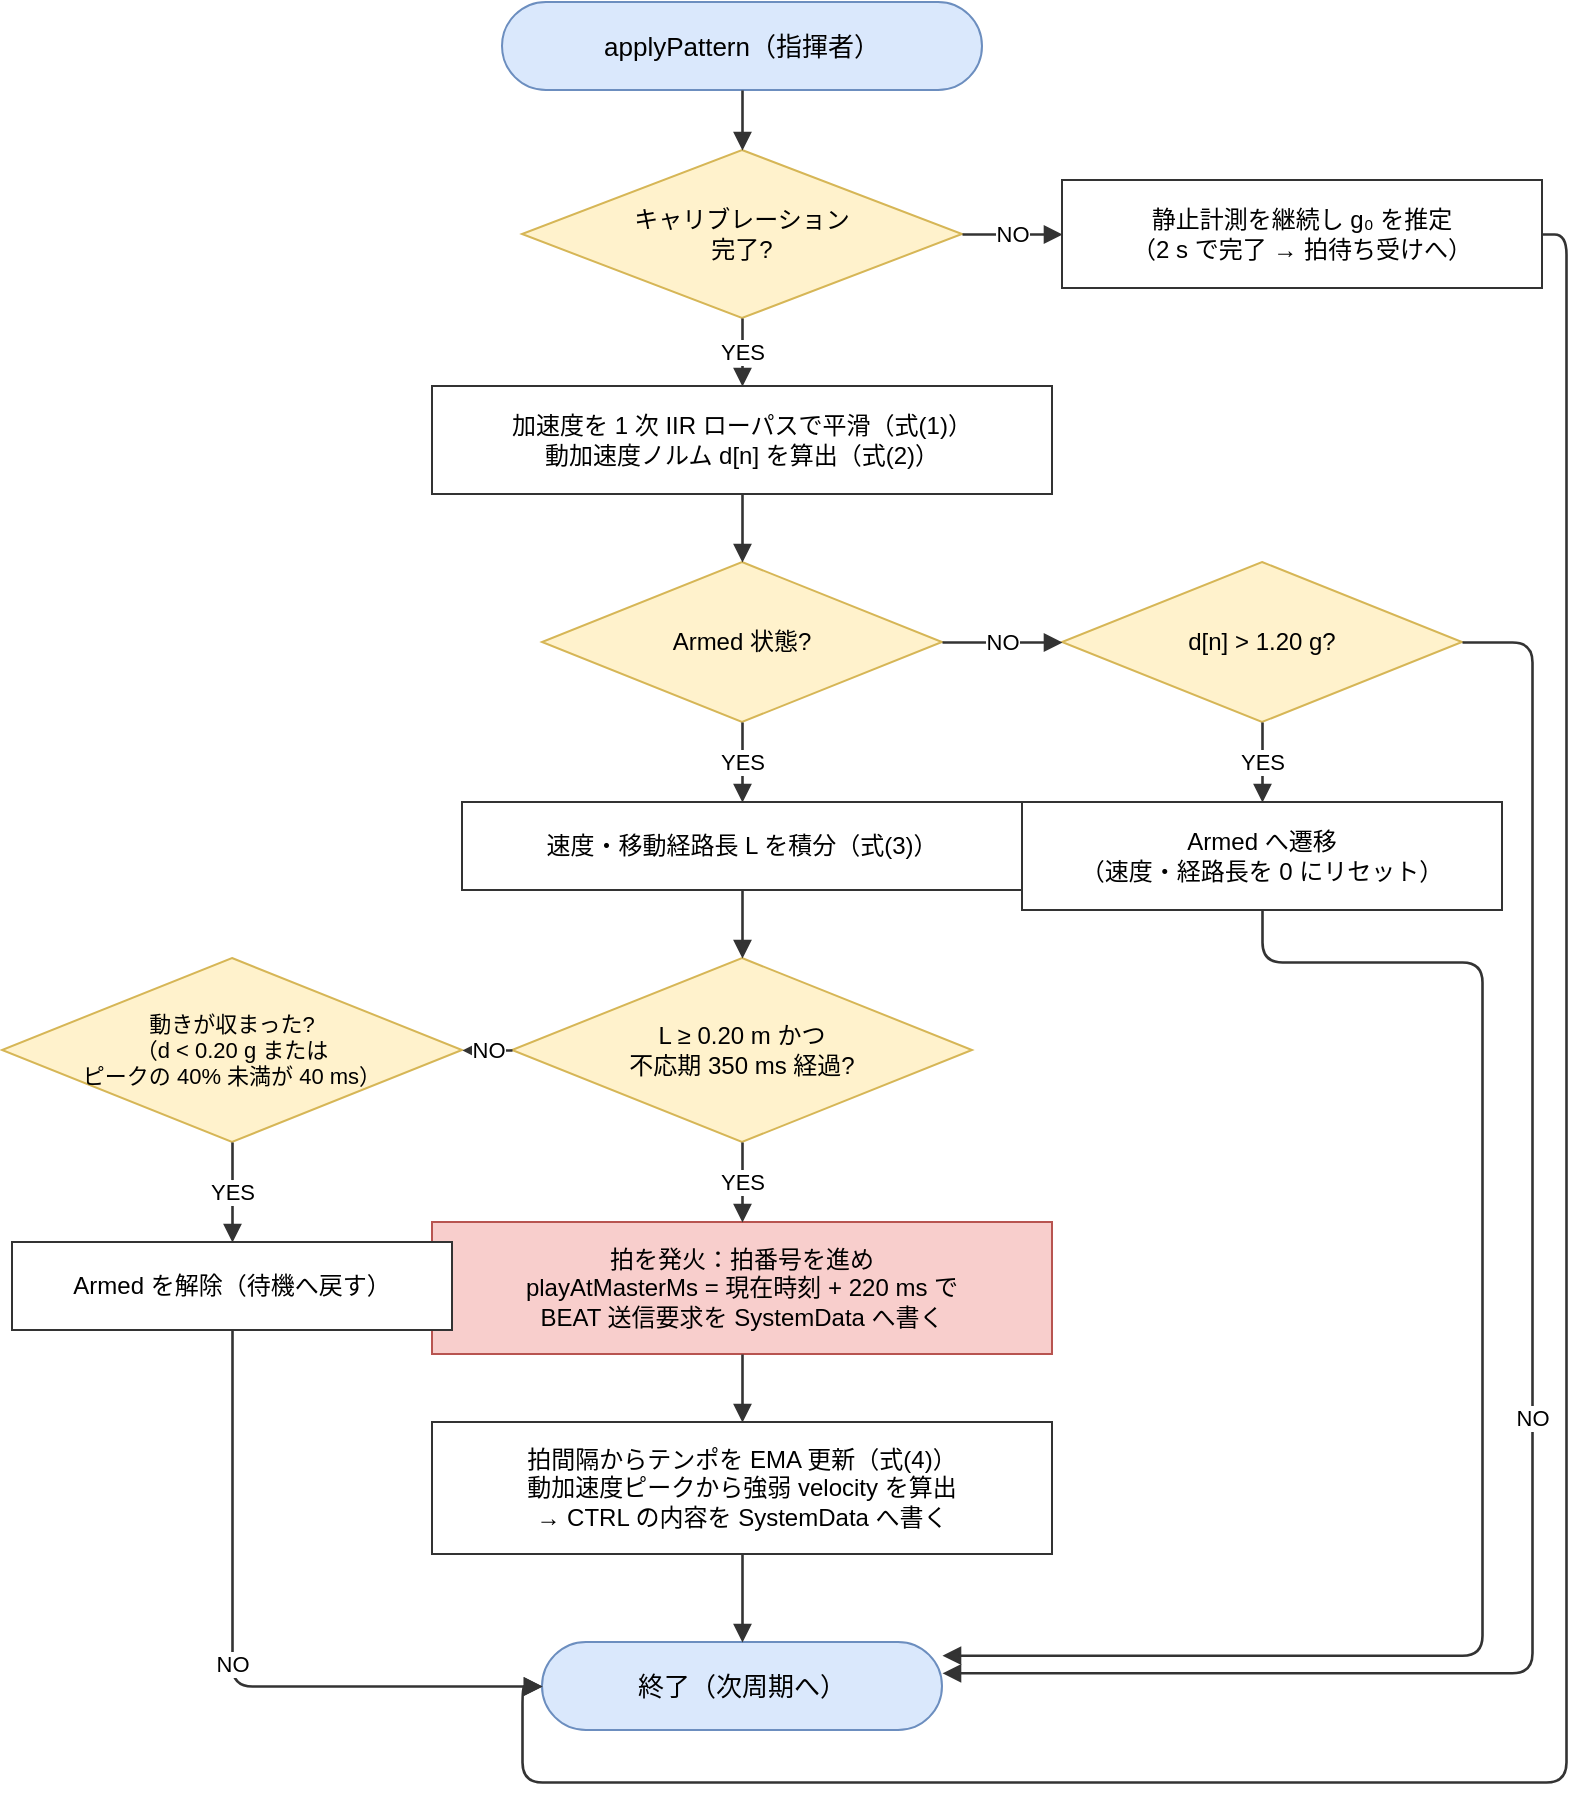
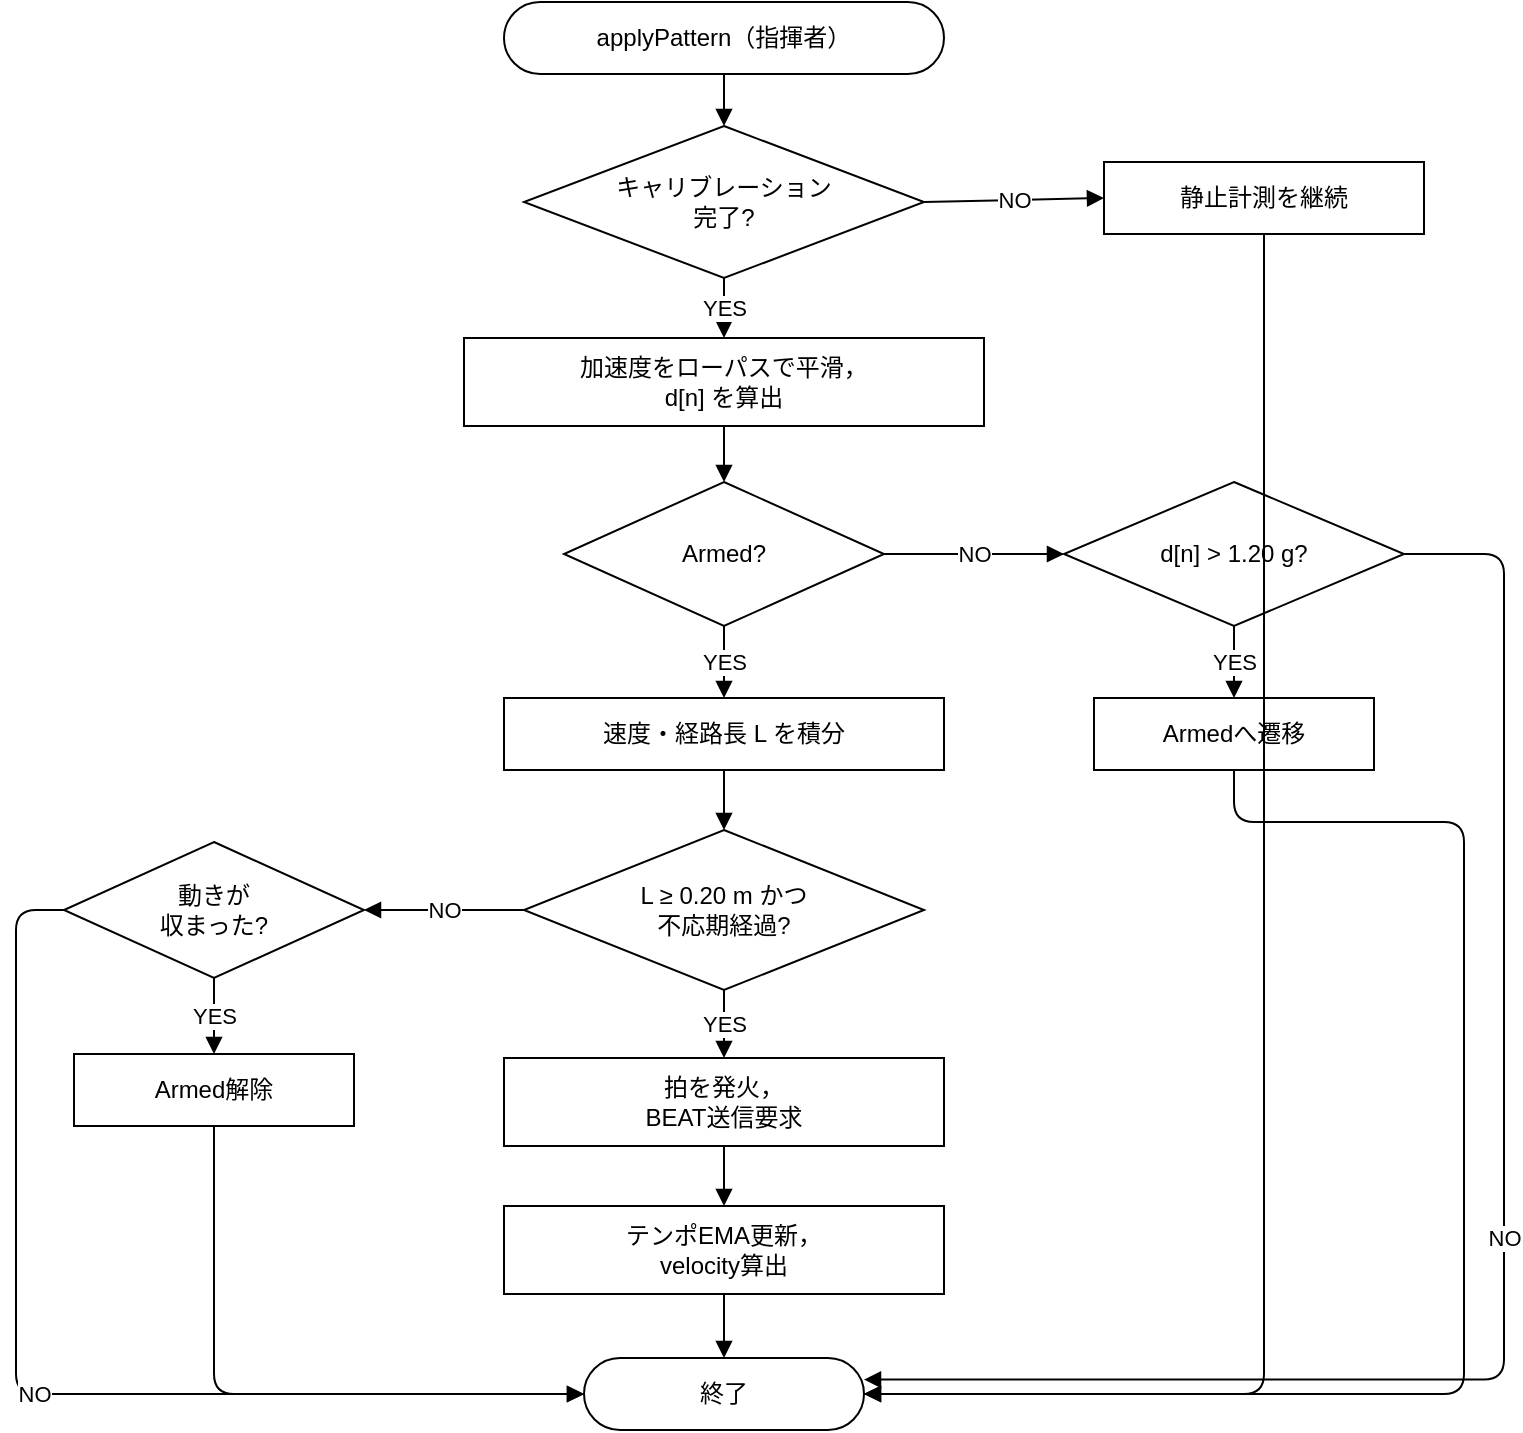
<mxfile host="Claude">
  <diagram id="flow-conductor-beat" name="指揮者applyPattern">
-     <mxGraphModel dx="820" dy="1240" grid="0" gridSize="10" guides="1" tooltips="1" connect="1" arrows="1" fold="1" page="1" pageScale="1" pageWidth="820" pageHeight="1240" math="0" shadow="0">
+     <mxGraphModel dx="800" dy="760" grid="0" gridSize="10" guides="1" tooltips="1" connect="1" arrows="1" fold="1" page="1" pageScale="1" pageWidth="800" pageHeight="760" math="0" shadow="0">
      <root>
        <mxCell id="0"/>
        <mxCell id="1" parent="0"/>
-         <mxCell id="start" value="applyPattern（指揮者）" style="rounded=1;arcSize=50;whiteSpace=wrap;html=1;fillColor=#DAE8FC;strokeColor=#6C8EBF;fontSize=13;" vertex="1" parent="1"><mxGeometry x="280" y="30" width="240" height="44" as="geometry"/></mxCell>
-         <mxCell id="d0" value="キャリブレーション&lt;br&gt;完了?" style="rhombus;whiteSpace=wrap;html=1;fillColor=#FFF2CC;strokeColor=#D6B656;fontSize=12;" vertex="1" parent="1"><mxGeometry x="290" y="104" width="220" height="84" as="geometry"/></mxCell>
-         <mxCell id="p0" value="静止計測を継続し g₀ を推定&lt;br&gt;（2 s で完了 → 拍待ち受けへ）" style="rounded=0;whiteSpace=wrap;html=1;fillColor=#FFFFFF;strokeColor=#333333;fontSize=12;" vertex="1" parent="1"><mxGeometry x="560" y="119" width="240" height="54" as="geometry"/></mxCell>
-         <mxCell id="p1" value="加速度を 1 次 IIR ローパスで平滑（式(1)）&lt;br&gt;動加速度ノルム d[n] を算出（式(2)）" style="rounded=0;whiteSpace=wrap;html=1;fillColor=#FFFFFF;strokeColor=#333333;fontSize=12;" vertex="1" parent="1"><mxGeometry x="245" y="222" width="310" height="54" as="geometry"/></mxCell>
-         <mxCell id="d1" value="Armed 状態?" style="rhombus;whiteSpace=wrap;html=1;fillColor=#FFF2CC;strokeColor=#D6B656;fontSize=12;" vertex="1" parent="1"><mxGeometry x="300" y="310" width="200" height="80" as="geometry"/></mxCell>
-         <mxCell id="d2" value="d[n] &amp;gt; 1.20 g?" style="rhombus;whiteSpace=wrap;html=1;fillColor=#FFF2CC;strokeColor=#D6B656;fontSize=12;" vertex="1" parent="1"><mxGeometry x="560" y="310" width="200" height="80" as="geometry"/></mxCell>
-         <mxCell id="p2" value="Armed へ遷移&lt;br&gt;（速度・経路長を 0 にリセット）" style="rounded=0;whiteSpace=wrap;html=1;fillColor=#FFFFFF;strokeColor=#333333;fontSize=12;" vertex="1" parent="1"><mxGeometry x="540" y="430" width="240" height="54" as="geometry"/></mxCell>
-         <mxCell id="p3" value="速度・移動経路長 L を積分（式(3)）" style="rounded=0;whiteSpace=wrap;html=1;fillColor=#FFFFFF;strokeColor=#333333;fontSize=12;" vertex="1" parent="1"><mxGeometry x="260" y="430" width="280" height="44" as="geometry"/></mxCell>
-         <mxCell id="d3" value="L ≥ 0.20 m かつ&lt;br&gt;不応期 350 ms 経過?" style="rhombus;whiteSpace=wrap;html=1;fillColor=#FFF2CC;strokeColor=#D6B656;fontSize=12;" vertex="1" parent="1"><mxGeometry x="285" y="508" width="230" height="92" as="geometry"/></mxCell>
-         <mxCell id="p4" value="拍を発火：拍番号を進め&lt;br&gt;playAtMasterMs = 現在時刻 + 220 ms で&lt;br&gt;BEAT 送信要求を SystemData へ書く" style="rounded=0;whiteSpace=wrap;html=1;fillColor=#F8CECC;strokeColor=#B85450;fontSize=12;" vertex="1" parent="1"><mxGeometry x="245" y="640" width="310" height="66" as="geometry"/></mxCell>
-         <mxCell id="p5" value="拍間隔からテンポを EMA 更新（式(4)）&lt;br&gt;動加速度ピークから強弱 velocity を算出&lt;br&gt;→ CTRL の内容を SystemData へ書く" style="rounded=0;whiteSpace=wrap;html=1;fillColor=#FFFFFF;strokeColor=#333333;fontSize=12;" vertex="1" parent="1"><mxGeometry x="245" y="740" width="310" height="66" as="geometry"/></mxCell>
-         <mxCell id="d4" value="動きが収まった?&lt;br&gt;（d &amp;lt; 0.20 g または&lt;br&gt;ピークの 40% 未満が 40 ms）" style="rhombus;whiteSpace=wrap;html=1;fillColor=#FFF2CC;strokeColor=#D6B656;fontSize=11;" vertex="1" parent="1"><mxGeometry x="30" y="508" width="230" height="92" as="geometry"/></mxCell>
-         <mxCell id="p6" value="Armed を解除（待機へ戻す）" style="rounded=0;whiteSpace=wrap;html=1;fillColor=#FFFFFF;strokeColor=#333333;fontSize=12;" vertex="1" parent="1"><mxGeometry x="35" y="650" width="220" height="44" as="geometry"/></mxCell>
-         <mxCell id="end" value="終了（次周期へ）" style="rounded=1;arcSize=50;whiteSpace=wrap;html=1;fillColor=#DAE8FC;strokeColor=#6C8EBF;fontSize=13;" vertex="1" parent="1"><mxGeometry x="300" y="850" width="200" height="44" as="geometry"/></mxCell>
-         <mxCell id="f1" style="endArrow=block;html=1;strokeColor=#333333;strokeWidth=1.3;exitX=0.5;exitY=1;entryX=0.5;entryY=0;" edge="1" parent="1" source="start" target="d0"><mxGeometry relative="1" as="geometry"/></mxCell>
-         <mxCell id="f2" value="NO" style="endArrow=block;html=1;strokeColor=#333333;strokeWidth=1.3;fontSize=11;exitX=1;exitY=0.5;entryX=0;entryY=0.5;" edge="1" parent="1" source="d0" target="p0"><mxGeometry relative="1" as="geometry"/></mxCell>
-         <mxCell id="f3" value="YES" style="endArrow=block;html=1;strokeColor=#333333;strokeWidth=1.3;fontSize=11;exitX=0.5;exitY=1;entryX=0.5;entryY=0;" edge="1" parent="1" source="d0" target="p1"><mxGeometry relative="1" as="geometry"/></mxCell>
-         <mxCell id="f4" style="endArrow=block;html=1;strokeColor=#333333;strokeWidth=1.3;exitX=0.5;exitY=1;entryX=0.5;entryY=0;" edge="1" parent="1" source="p1" target="d1"><mxGeometry relative="1" as="geometry"/></mxCell>
-         <mxCell id="f5" value="NO" style="endArrow=block;html=1;strokeColor=#333333;strokeWidth=1.3;fontSize=11;exitX=1;exitY=0.5;entryX=0;entryY=0.5;" edge="1" parent="1" source="d1" target="d2"><mxGeometry relative="1" as="geometry"/></mxCell>
-         <mxCell id="f6" value="YES" style="endArrow=block;html=1;strokeColor=#333333;strokeWidth=1.3;fontSize=11;exitX=0.5;exitY=1;entryX=0.5;entryY=0;" edge="1" parent="1" source="d1" target="p3"><mxGeometry relative="1" as="geometry"/></mxCell>
-         <mxCell id="f7" value="YES" style="endArrow=block;html=1;strokeColor=#333333;strokeWidth=1.3;fontSize=11;exitX=0.5;exitY=1;entryX=0.5;entryY=0;" edge="1" parent="1" source="d2" target="p2"><mxGeometry relative="1" as="geometry"/></mxCell>
-         <mxCell id="f8" value="NO" style="endArrow=block;html=1;strokeColor=#333333;strokeWidth=1.3;fontSize=11;exitX=1;exitY=0.5;entryX=1;entryY=0.35;curved=0;edgeStyle=orthogonalEdgeStyle;" edge="1" parent="1" source="d2" target="end"><mxGeometry relative="1" as="geometry"><Array as="points"><mxPoint x="795" y="350"/><mxPoint x="795" y="865"/></Array></mxGeometry></mxCell>
-         <mxCell id="f9" style="endArrow=block;html=1;strokeColor=#333333;strokeWidth=1.3;exitX=0.5;exitY=1;entryX=1;entryY=0.15;curved=0;edgeStyle=orthogonalEdgeStyle;" edge="1" parent="1" source="p2" target="end"><mxGeometry relative="1" as="geometry"><Array as="points"><mxPoint x="660" y="510"/><mxPoint x="770" y="510"/><mxPoint x="770" y="857"/></Array></mxGeometry></mxCell>
-         <mxCell id="f10" style="endArrow=block;html=1;strokeColor=#333333;strokeWidth=1.3;exitX=0.5;exitY=1;entryX=0.5;entryY=0;" edge="1" parent="1" source="p3" target="d3"><mxGeometry relative="1" as="geometry"/></mxCell>
-         <mxCell id="f11" value="YES" style="endArrow=block;html=1;strokeColor=#333333;strokeWidth=1.3;fontSize=11;exitX=0.5;exitY=1;entryX=0.5;entryY=0;" edge="1" parent="1" source="d3" target="p4"><mxGeometry relative="1" as="geometry"/></mxCell>
-         <mxCell id="f12" value="NO" style="endArrow=block;html=1;strokeColor=#333333;strokeWidth=1.3;fontSize=11;exitX=0;exitY=0.5;entryX=1;entryY=0.5;" edge="1" parent="1" source="d3" target="d4"><mxGeometry relative="1" as="geometry"/></mxCell>
-         <mxCell id="f13" style="endArrow=block;html=1;strokeColor=#333333;strokeWidth=1.3;exitX=0.5;exitY=1;entryX=0.5;entryY=0;" edge="1" parent="1" source="p4" target="p5"><mxGeometry relative="1" as="geometry"/></mxCell>
-         <mxCell id="f14" style="endArrow=block;html=1;strokeColor=#333333;strokeWidth=1.3;exitX=0.5;exitY=1;entryX=0.5;entryY=0;" edge="1" parent="1" source="p5" target="end"><mxGeometry relative="1" as="geometry"/></mxCell>
-         <mxCell id="f15" value="YES" style="endArrow=block;html=1;strokeColor=#333333;strokeWidth=1.3;fontSize=11;exitX=0.5;exitY=1;entryX=0.5;entryY=0;" edge="1" parent="1" source="d4" target="p6"><mxGeometry relative="1" as="geometry"/></mxCell>
-         <mxCell id="f16" value="NO" style="endArrow=block;html=1;strokeColor=#333333;strokeWidth=1.3;fontSize=11;exitX=0.5;exitY=1;entryX=0;entryY=0.5;curved=0;edgeStyle=orthogonalEdgeStyle;" edge="1" parent="1" source="p6" target="end"><mxGeometry relative="1" as="geometry"><Array as="points"><mxPoint x="145" y="872"/></Array></mxGeometry></mxCell>
-         <mxCell id="f17" style="endArrow=block;html=1;strokeColor=#333333;strokeWidth=1.3;exitX=1;exitY=0.5;entryX=0;entryY=0.5;curved=0;edgeStyle=orthogonalEdgeStyle;" edge="1" parent="1" source="p0" target="end"><mxGeometry relative="1" as="geometry"><Array as="points"><mxPoint x="812" y="146"/><mxPoint x="812" y="920"/><mxPoint x="290" y="920"/><mxPoint x="290" y="872"/></Array></mxGeometry></mxCell>
+         <mxCell id="start" value="applyPattern（指揮者）" style="rounded=1;arcSize=50;whiteSpace=wrap;html=1;fillColor=#FFFFFF;strokeColor=#000000;fontSize=12;" vertex="1" parent="1"><mxGeometry x="260" y="20" width="220" height="36" as="geometry"/></mxCell>
+         <mxCell id="d0" value="キャリブレーション&lt;br&gt;完了?" style="rhombus;whiteSpace=wrap;html=1;fillColor=#FFFFFF;strokeColor=#000000;fontSize=12;" vertex="1" parent="1"><mxGeometry x="270" y="82" width="200" height="76" as="geometry"/></mxCell>
+         <mxCell id="p0" value="静止計測を継続" style="whiteSpace=wrap;html=1;fillColor=#FFFFFF;strokeColor=#000000;fontSize=12;" vertex="1" parent="1"><mxGeometry x="560" y="100" width="160" height="36" as="geometry"/></mxCell>
+         <mxCell id="p1" value="加速度をローパスで平滑，&lt;br&gt;d[n] を算出" style="whiteSpace=wrap;html=1;fillColor=#FFFFFF;strokeColor=#000000;fontSize=12;" vertex="1" parent="1"><mxGeometry x="240" y="188" width="260" height="44" as="geometry"/></mxCell>
+         <mxCell id="d1" value="Armed?" style="rhombus;whiteSpace=wrap;html=1;fillColor=#FFFFFF;strokeColor=#000000;fontSize=12;" vertex="1" parent="1"><mxGeometry x="290" y="260" width="160" height="72" as="geometry"/></mxCell>
+         <mxCell id="d2" value="d[n] &amp;gt; 1.20 g?" style="rhombus;whiteSpace=wrap;html=1;fillColor=#FFFFFF;strokeColor=#000000;fontSize=12;" vertex="1" parent="1"><mxGeometry x="540" y="260" width="170" height="72" as="geometry"/></mxCell>
+         <mxCell id="p2" value="Armedへ遷移" style="whiteSpace=wrap;html=1;fillColor=#FFFFFF;strokeColor=#000000;fontSize=12;" vertex="1" parent="1"><mxGeometry x="555" y="368" width="140" height="36" as="geometry"/></mxCell>
+         <mxCell id="p3" value="速度・経路長 L を積分" style="whiteSpace=wrap;html=1;fillColor=#FFFFFF;strokeColor=#000000;fontSize=12;" vertex="1" parent="1"><mxGeometry x="260" y="368" width="220" height="36" as="geometry"/></mxCell>
+         <mxCell id="d3" value="L ≥ 0.20 m かつ&lt;br&gt;不応期経過?" style="rhombus;whiteSpace=wrap;html=1;fillColor=#FFFFFF;strokeColor=#000000;fontSize=12;" vertex="1" parent="1"><mxGeometry x="270" y="434" width="200" height="80" as="geometry"/></mxCell>
+         <mxCell id="d4" value="動きが&lt;br&gt;収まった?" style="rhombus;whiteSpace=wrap;html=1;fillColor=#FFFFFF;strokeColor=#000000;fontSize=12;" vertex="1" parent="1"><mxGeometry x="40" y="440" width="150" height="68" as="geometry"/></mxCell>
+         <mxCell id="p4" value="拍を発火，&lt;br&gt;BEAT送信要求" style="whiteSpace=wrap;html=1;fillColor=#FFFFFF;strokeColor=#000000;fontSize=12;" vertex="1" parent="1"><mxGeometry x="260" y="548" width="220" height="44" as="geometry"/></mxCell>
+         <mxCell id="p6" value="Armed解除" style="whiteSpace=wrap;html=1;fillColor=#FFFFFF;strokeColor=#000000;fontSize=12;" vertex="1" parent="1"><mxGeometry x="45" y="546" width="140" height="36" as="geometry"/></mxCell>
+         <mxCell id="p5" value="テンポEMA更新，&lt;br&gt;velocity算出" style="whiteSpace=wrap;html=1;fillColor=#FFFFFF;strokeColor=#000000;fontSize=12;" vertex="1" parent="1"><mxGeometry x="260" y="622" width="220" height="44" as="geometry"/></mxCell>
+         <mxCell id="end" value="終了" style="rounded=1;arcSize=50;whiteSpace=wrap;html=1;fillColor=#FFFFFF;strokeColor=#000000;fontSize=12;" vertex="1" parent="1"><mxGeometry x="300" y="698" width="140" height="36" as="geometry"/></mxCell>
+         <!-- Main vertical arrows -->
+         <mxCell id="f1" style="endArrow=block;endFill=1;html=1;strokeColor=#000000;strokeWidth=1;exitX=0.5;exitY=1;entryX=0.5;entryY=0;" edge="1" parent="1" source="start" target="d0"><mxGeometry relative="1" as="geometry"/></mxCell>
+         <mxCell id="f3" value="YES" style="endArrow=block;endFill=1;html=1;strokeColor=#000000;strokeWidth=1;fontSize=11;exitX=0.5;exitY=1;entryX=0.5;entryY=0;" edge="1" parent="1" source="d0" target="p1"><mxGeometry relative="1" as="geometry"/></mxCell>
+         <mxCell id="f4" style="endArrow=block;endFill=1;html=1;strokeColor=#000000;strokeWidth=1;exitX=0.5;exitY=1;entryX=0.5;entryY=0;" edge="1" parent="1" source="p1" target="d1"><mxGeometry relative="1" as="geometry"/></mxCell>
+         <mxCell id="f6" value="YES" style="endArrow=block;endFill=1;html=1;strokeColor=#000000;strokeWidth=1;fontSize=11;exitX=0.5;exitY=1;entryX=0.5;entryY=0;" edge="1" parent="1" source="d1" target="p3"><mxGeometry relative="1" as="geometry"/></mxCell>
+         <mxCell id="f10" style="endArrow=block;endFill=1;html=1;strokeColor=#000000;strokeWidth=1;exitX=0.5;exitY=1;entryX=0.5;entryY=0;" edge="1" parent="1" source="p3" target="d3"><mxGeometry relative="1" as="geometry"/></mxCell>
+         <mxCell id="f11" value="YES" style="endArrow=block;endFill=1;html=1;strokeColor=#000000;strokeWidth=1;fontSize=11;exitX=0.5;exitY=1;entryX=0.5;entryY=0;" edge="1" parent="1" source="d3" target="p4"><mxGeometry relative="1" as="geometry"/></mxCell>
+         <mxCell id="f13" style="endArrow=block;endFill=1;html=1;strokeColor=#000000;strokeWidth=1;exitX=0.5;exitY=1;entryX=0.5;entryY=0;" edge="1" parent="1" source="p4" target="p5"><mxGeometry relative="1" as="geometry"/></mxCell>
+         <mxCell id="f14" style="endArrow=block;endFill=1;html=1;strokeColor=#000000;strokeWidth=1;exitX=0.5;exitY=1;entryX=0.5;entryY=0;" edge="1" parent="1" source="p5" target="end"><mxGeometry relative="1" as="geometry"/></mxCell>
+         <!-- Calibration NO branch -->
+         <mxCell id="f2" value="NO" style="endArrow=block;endFill=1;html=1;strokeColor=#000000;strokeWidth=1;fontSize=11;exitX=1;exitY=0.5;entryX=0;entryY=0.5;" edge="1" parent="1" source="d0" target="p0"><mxGeometry relative="1" as="geometry"/></mxCell>
+         <mxCell id="f2b" style="endArrow=block;endFill=1;html=1;strokeColor=#000000;strokeWidth=1;exitX=0.5;exitY=1;entryX=1;entryY=0.5;edgeStyle=orthogonalEdgeStyle;" edge="1" parent="1" source="p0" target="end"><mxGeometry relative="1" as="geometry"><Array as="points"><mxPoint x="640" y="716"/></Array></mxGeometry></mxCell>
+         <!-- Not Armed branch -->
+         <mxCell id="f5" value="NO" style="endArrow=block;endFill=1;html=1;strokeColor=#000000;strokeWidth=1;fontSize=11;exitX=1;exitY=0.5;entryX=0;entryY=0.5;" edge="1" parent="1" source="d1" target="d2"><mxGeometry relative="1" as="geometry"/></mxCell>
+         <mxCell id="f7" value="YES" style="endArrow=block;endFill=1;html=1;strokeColor=#000000;strokeWidth=1;fontSize=11;exitX=0.5;exitY=1;entryX=0.5;entryY=0;" edge="1" parent="1" source="d2" target="p2"><mxGeometry relative="1" as="geometry"/></mxCell>
+         <mxCell id="f8" value="NO" style="endArrow=block;endFill=1;html=1;strokeColor=#000000;strokeWidth=1;fontSize=11;exitX=1;exitY=0.5;entryX=1;entryY=0.3;edgeStyle=orthogonalEdgeStyle;" edge="1" parent="1" source="d2" target="end"><mxGeometry relative="1" as="geometry"><Array as="points"><mxPoint x="760" y="296"/><mxPoint x="760" y="708"/></Array></mxGeometry></mxCell>
+         <mxCell id="f9" style="endArrow=block;endFill=1;html=1;strokeColor=#000000;strokeWidth=1;exitX=0.5;exitY=1;entryX=1;entryY=0.5;edgeStyle=orthogonalEdgeStyle;" edge="1" parent="1" source="p2" target="end"><mxGeometry relative="1" as="geometry"><Array as="points"><mxPoint x="625" y="430"/><mxPoint x="740" y="430"/><mxPoint x="740" y="716"/></Array></mxGeometry></mxCell>
+         <!-- Motion check branch -->
+         <mxCell id="f12" value="NO" style="endArrow=block;endFill=1;html=1;strokeColor=#000000;strokeWidth=1;fontSize=11;exitX=0;exitY=0.5;entryX=1;entryY=0.5;" edge="1" parent="1" source="d3" target="d4"><mxGeometry relative="1" as="geometry"/></mxCell>
+         <mxCell id="f15" value="YES" style="endArrow=block;endFill=1;html=1;strokeColor=#000000;strokeWidth=1;fontSize=11;exitX=0.5;exitY=1;entryX=0.5;entryY=0;" edge="1" parent="1" source="d4" target="p6"><mxGeometry relative="1" as="geometry"/></mxCell>
+         <mxCell id="f16" style="endArrow=block;endFill=1;html=1;strokeColor=#000000;strokeWidth=1;exitX=0.5;exitY=1;entryX=0;entryY=0.5;edgeStyle=orthogonalEdgeStyle;" edge="1" parent="1" source="p6" target="end"><mxGeometry relative="1" as="geometry"><Array as="points"><mxPoint x="115" y="716"/></Array></mxGeometry></mxCell>
+         <mxCell id="f17" value="NO" style="endArrow=block;endFill=1;html=1;strokeColor=#000000;strokeWidth=1;fontSize=11;exitX=0;exitY=0.5;entryX=0;entryY=0.5;edgeStyle=orthogonalEdgeStyle;" edge="1" parent="1" source="d4" target="end"><mxGeometry relative="1" as="geometry"><Array as="points"><mxPoint x="16" y="474"/><mxPoint x="16" y="716"/></Array></mxGeometry></mxCell>
      </root>
    </mxGraphModel>
  </diagram>
</mxfile>
